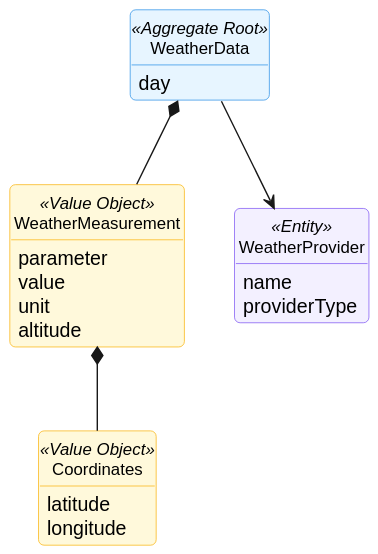
Earlier version of the PlantUML export docs/global-artifacts/02.analysis/svg/Aggregates/WeatherDataAggregate.svg (GustavoFerreira24/flight-management-platform).
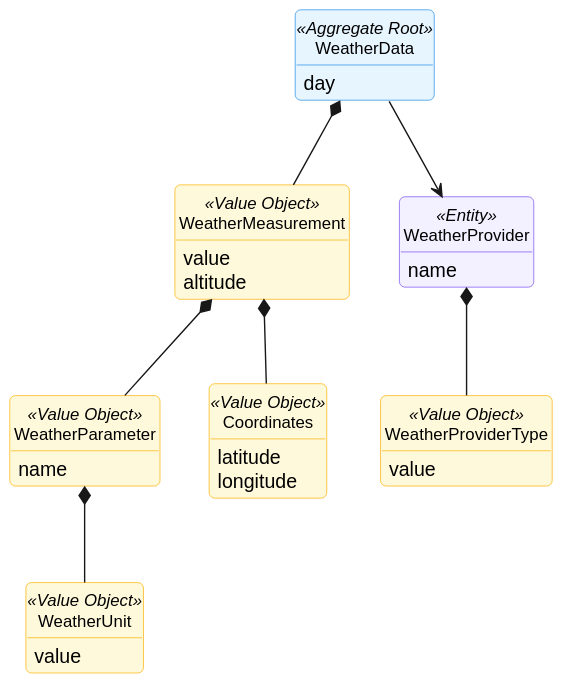
Above is the later version.

Commit message:
US10(Fix): Generated outdated svg with the correct diagram. [#14]

The edit, as a diff of the source:
```diff
@@ -23,27 +23,39 @@
 hide methods
 
 class WeatherData <<Aggregate Root>> {
-    day
-}
+          day
+    }
 
-class WeatherMeasurement <<Value Object>> {
-    parameter
-    value
-    unit
-    altitude
-}
+    class WeatherMeasurement <<Value Object>> {
+        value
+        altitude
+    }
 
-class WeatherProvider <<Entity>> {
-    name
-    providerType
-}
+    class WeatherProvider <<Entity>> {
+        name
+    }
 
-class Coordinates <<Value Object>> {
-    latitude
-    longitude
-}
+    class WeatherProviderType <<Value Object>> {
+        value
+    }
 
-WeatherData --> WeatherProvider
-WeatherData *-- WeatherMeasurement
-WeatherMeasurement *-- Coordinates
+    class WeatherParameter <<Value Object>> {
+        name
+    }
+
+    class WeatherUnit <<Value Object>> {
+        value
+    }
+
+    class Coordinates <<Value Object>> {
+            latitude
+            longitude
+    }
+
+    WeatherData --> WeatherProvider
+    WeatherData *-- WeatherMeasurement
+    WeatherMeasurement *-- Coordinates
+    WeatherProvider *-- WeatherProviderType
+    WeatherMeasurement *-- WeatherParameter
+    WeatherParameter *-- WeatherUnit
 @enduml
```
